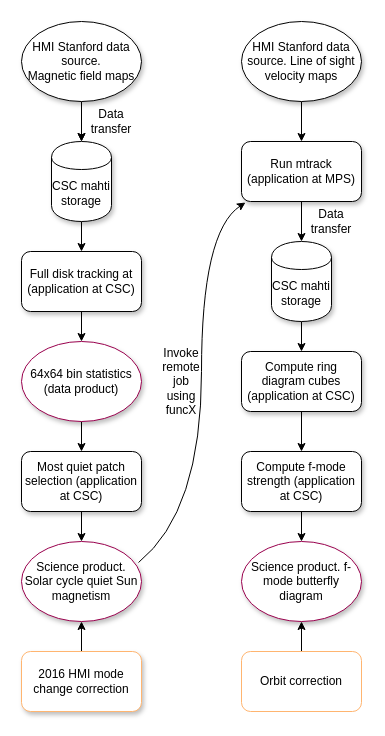
This is pipeline.drawio from alagg/quietsun-fmode, a draw.io file, before an edit. Source tidied: cells renumbered, new cells numbered last; positions are measured from the earlier drawing's top-left corner, leaving out a move shared by most shapes. Both pictures are drawn from the tidied source at 100%, with x=0, y=0 at pixel (21, 21).
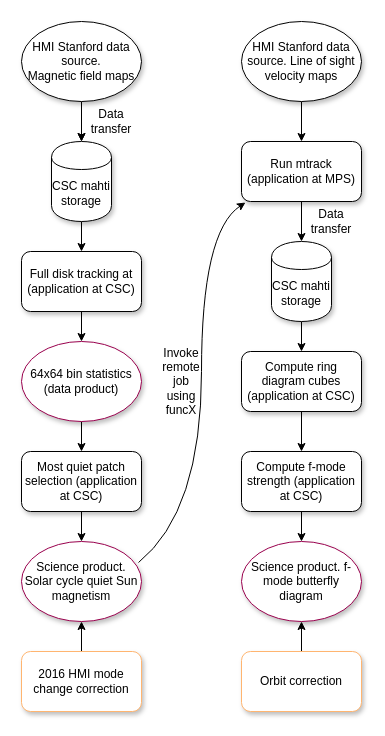
After the change.

What changed in the source:
```diff
@@
-    <mxCell id="32" value="Orbit correction" style="rounded=1;whiteSpace=wrap;html=1;shadow=0;strokeColor=#FFB570;" parent="1" vertex="1">
+    <mxCell id="32" value="Orbit correction" style="rounded=1;whiteSpace=wrap;html=1;shadow=1;strokeColor=#FFB570;" parent="1" vertex="1">
       <mxGeometry x="220" y="630" width="120" height="60" as="geometry" />
     </mxCell>
```
